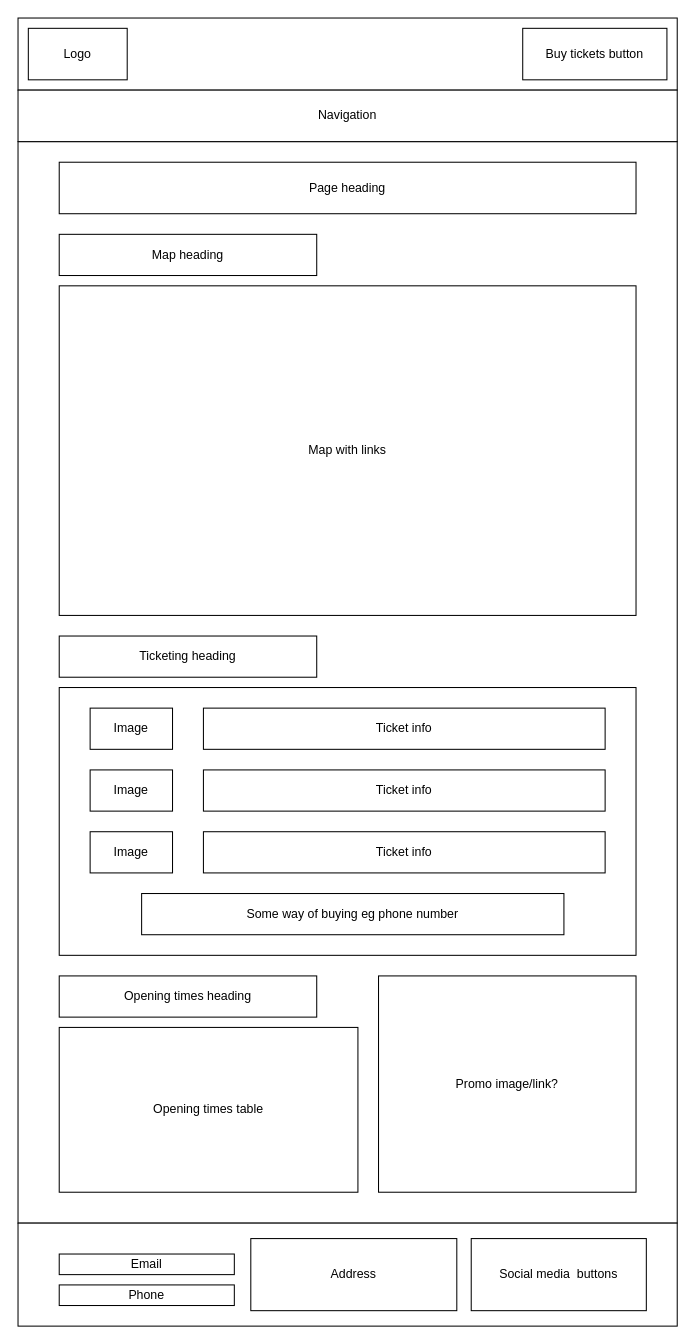
pmcclure852/WebDevGroupProj keeps this draw.io diagram as Wireframes/ThemeParkInfo_wide - Copy for test.drawio. Above is the earlier version. Source tidied: cells renumbered, new cells numbered last; positions are measured from the earlier drawing's top-left corner, leaving out a move shared by most shapes. Both pictures are drawn from the tidied source at 103%, with x=0, y=0 at pixel (18, 18).
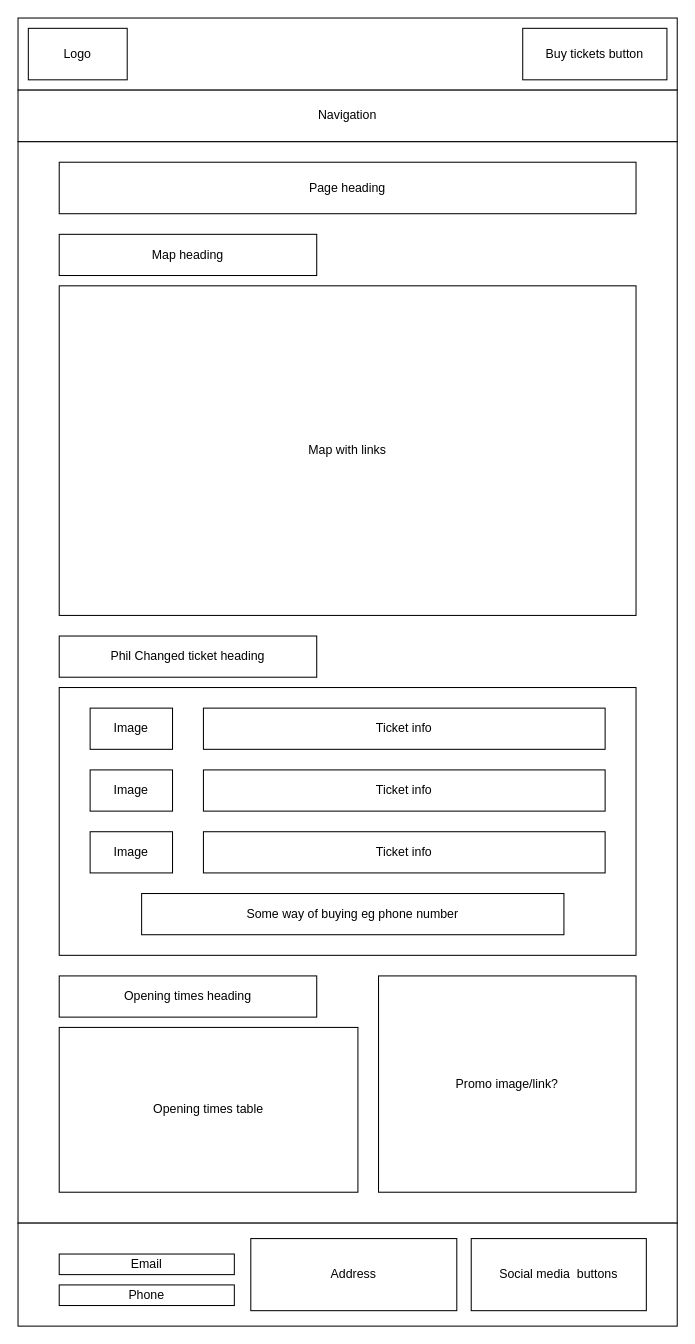
Above is the later version.

Commit message:
Changed ticket heading

Diff of the diagram source:
```diff
@@
-    <mxCell id="11" value="Ticketing heading" style="rounded=0;whiteSpace=wrap;html=1;" parent="1" vertex="1">
+    <mxCell id="11" value="Phil Changed ticket heading" style="rounded=0;whiteSpace=wrap;html=1;" parent="1" vertex="1">
       <mxGeometry x="40" y="600" width="250" height="40" as="geometry" />
     </mxCell>
```
